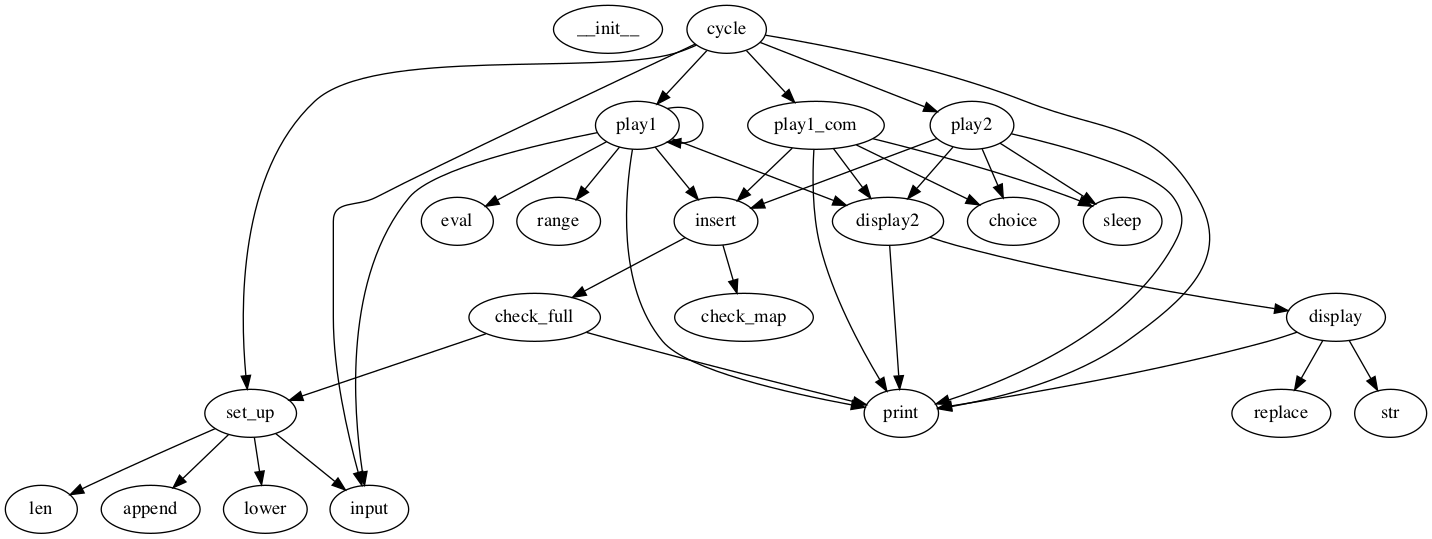
Before: CallGraph_images/Connect4.png, a diagram exported from Graphviz (JordanCoyne97/Final_Year_Project). Its source is kept beside it as CallGraph_dots/Connect4.dot. Source of this version:
```dot
digraph  {
__init__;
set_up;
len;
append;
lower;
input;
display;
replace;
str;
print;
display2;
play1;
eval;
range;
insert;
check_full;
check_map;
play1_com;
choice;
sleep;
play2;
cycle;
set_up -> len;
set_up -> append;
set_up -> lower;
set_up -> input;
display -> replace;
display -> str;
display -> print;
display2 -> print;
display2 -> display;
play1 -> display2;
play1 -> eval;
play1 -> input;
play1 -> print;
play1 -> play1;
play1 -> range;
play1 -> insert;
insert -> check_full;
insert -> check_map;
check_full -> print;
check_full -> set_up;
play1_com -> choice;
play1_com -> print;
play1_com -> sleep;
play1_com -> display2;
play1_com -> insert;
play2 -> choice;
play2 -> print;
play2 -> sleep;
play2 -> display2;
play2 -> insert;
cycle -> set_up;
cycle -> input;
cycle -> play1_com;
cycle -> play2;
cycle -> play1;
cycle -> print;
}
```
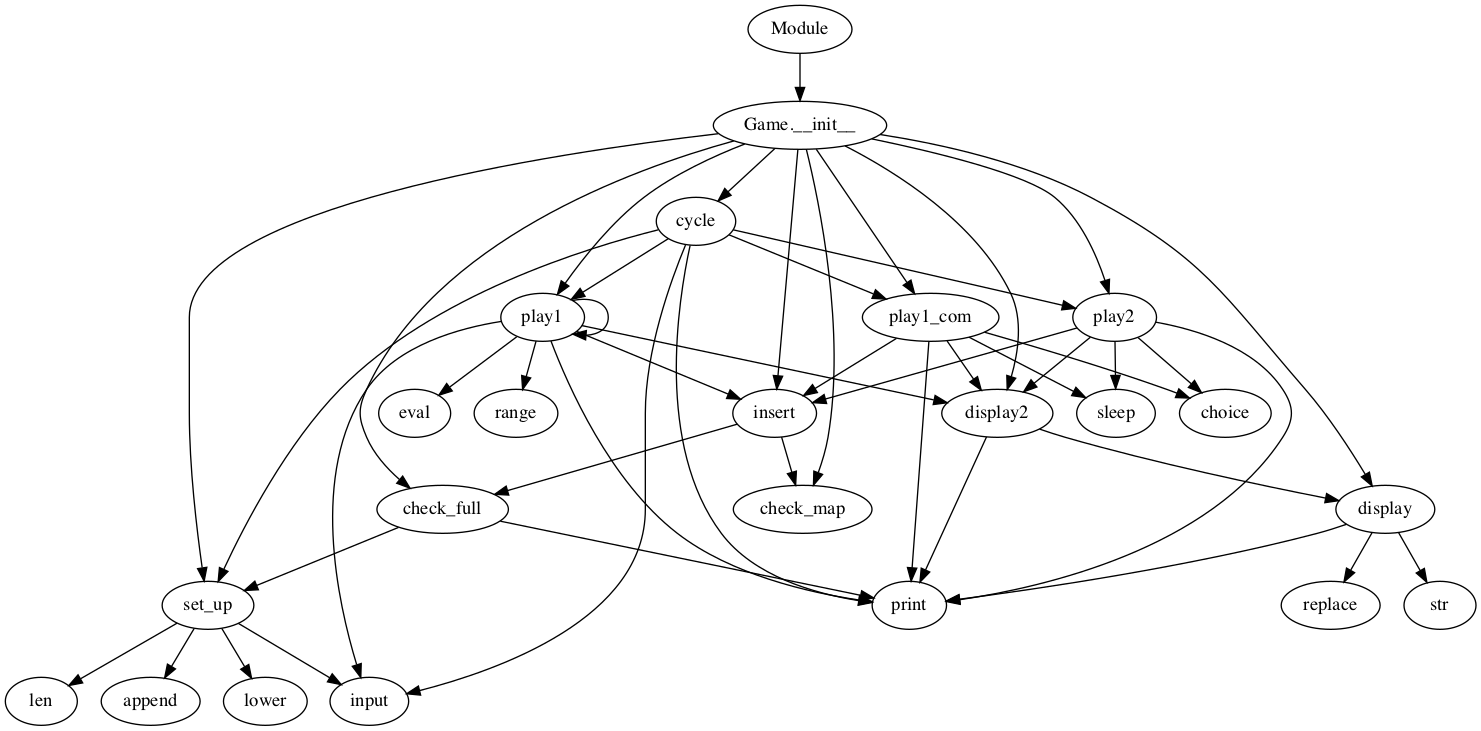
The same diagram one commit later.

Diff of the diagram source:
```diff
@@ -1,5 +1,4 @@
 digraph  {
-__init__;
 set_up;
 len;
 append;
@@ -21,6 +20,8 @@
 sleep;
 play2;
 cycle;
+Module;
+"Game.__init__";
 set_up -> len;
 set_up -> append;
 set_up -> lower;
@@ -57,4 +58,15 @@
 cycle -> play2;
 cycle -> play1;
 cycle -> print;
+Module -> "Game.__init__";
+"Game.__init__" -> set_up;
+"Game.__init__" -> display;
+"Game.__init__" -> display2;
+"Game.__init__" -> play1;
+"Game.__init__" -> check_full;
+"Game.__init__" -> check_map;
+"Game.__init__" -> insert;
+"Game.__init__" -> play1_com;
+"Game.__init__" -> play2;
+"Game.__init__" -> cycle;
 }
```
